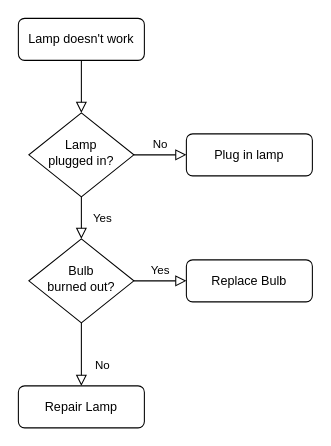
Before: Untitled Diagram.drawio in Tycro-Games/BlockA-Pitfall, a draw.io diagram. Source tidied: cells renumbered, new cells numbered last; positions are measured from the earlier drawing's top-left corner, leaving out a move shared by most shapes. Both pictures are drawn from the tidied source at 105%, with x=0, y=0 at pixel (18, 18).
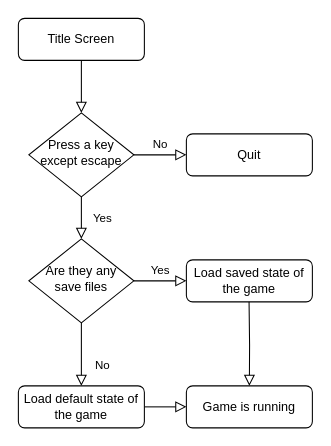
The same diagram, later.

Commit message:
flow game

The edit, as a diff of the source:
```diff
@@
 <mxGraphModel>
   <root>
     <mxCell id="0" />
     <mxCell id="1" parent="0" />
     <mxCell id="2" style="rounded=0;html=1;jettySize=auto;fontSize=11;endArrow=block;endFill=0;endSize=8;strokeWidth=1;shadow=0;labelBackgroundColor=none;edgeStyle=orthogonalEdgeStyle;" parent="1" edge="1" source="3" target="6">
       <mxGeometry relative="1" as="geometry" />
     </mxCell>
-    <mxCell id="3" value="Lamp doesn't work" style="rounded=1;whiteSpace=wrap;html=1;fontSize=12;glass=0;strokeWidth=1;shadow=0;" parent="1" vertex="1">
+    <mxCell id="3" value="Title Screen" style="rounded=1;whiteSpace=wrap;html=1;fontSize=12;glass=0;strokeWidth=1;shadow=0;" parent="1" vertex="1">
       <mxGeometry width="120" height="40" as="geometry" />
     </mxCell>
     <mxCell id="4" value="Yes" style="rounded=0;html=1;jettySize=auto;fontSize=11;endArrow=block;endFill=0;endSize=8;strokeWidth=1;shadow=0;labelBackgroundColor=none;edgeStyle=orthogonalEdgeStyle;" parent="1" edge="1" source="6" target="10">
       <mxGeometry y="20" relative="1" as="geometry" />
     </mxCell>
     <mxCell id="5" value="No" style="edgeStyle=orthogonalEdgeStyle;rounded=0;html=1;jettySize=auto;fontSize=11;endArrow=block;endFill=0;endSize=8;strokeWidth=1;shadow=0;labelBackgroundColor=none;" parent="1" edge="1" source="6" target="7">
       <mxGeometry y="10" relative="1" as="geometry" />
     </mxCell>
-    <mxCell id="6" value="Lamp&lt;br&gt;plugged in?" style="rhombus;whiteSpace=wrap;html=1;shadow=0;fontFamily=Helvetica;fontSize=12;align=center;strokeWidth=1;spacing=6;spacingTop=-4;" parent="1" vertex="1">
+    <mxCell id="6" value="Press a key except escape" style="rhombus;whiteSpace=wrap;html=1;shadow=0;fontFamily=Helvetica;fontSize=12;align=center;strokeWidth=1;spacing=6;spacingTop=-4;" parent="1" vertex="1">
       <mxGeometry x="10" y="90" width="100" height="80" as="geometry" />
     </mxCell>
-    <mxCell id="7" value="Plug in lamp" style="rounded=1;whiteSpace=wrap;html=1;fontSize=12;glass=0;strokeWidth=1;shadow=0;" parent="1" vertex="1">
+    <mxCell id="7" value="Quit" style="rounded=1;whiteSpace=wrap;html=1;fontSize=12;glass=0;strokeWidth=1;shadow=0;" parent="1" vertex="1">
       <mxGeometry x="160" y="110" width="120" height="40" as="geometry" />
     </mxCell>
-    <mxCell id="8" value="No" style="rounded=0;html=1;jettySize=auto;fontSize=11;endArrow=block;endFill=0;endSize=8;strokeWidth=1;shadow=0;labelBackgroundColor=none;edgeStyle=orthogonalEdgeStyle;" parent="1" edge="1" source="10" target="11">
-      <mxGeometry x="0.33" y="20" relative="1" as="geometry" />
+    <mxCell id="8" value="No" style="rounded=0;html=1;jettySize=auto;fontSize=11;endArrow=block;endFill=0;endSize=8;strokeWidth=1;shadow=0;labelBackgroundColor=none;edgeStyle=orthogonalEdgeStyle;" parent="1" edge="1" source="10">
+      <mxGeometry x="0.33" y="20" relative="1" as="geometry">
+        <mxPoint x="60" y="350" as="targetPoint" />
+      </mxGeometry>
     </mxCell>
     <mxCell id="9" value="Yes" style="edgeStyle=orthogonalEdgeStyle;rounded=0;html=1;jettySize=auto;fontSize=11;endArrow=block;endFill=0;endSize=8;strokeWidth=1;shadow=0;labelBackgroundColor=none;" parent="1" edge="1" source="10" target="12">
       <mxGeometry y="10" relative="1" as="geometry" />
     </mxCell>
-    <mxCell id="10" value="Bulb&lt;br&gt;burned out?" style="rhombus;whiteSpace=wrap;html=1;shadow=0;fontFamily=Helvetica;fontSize=12;align=center;strokeWidth=1;spacing=6;spacingTop=-4;" parent="1" vertex="1">
+    <mxCell id="10" value="Are they any save files" style="rhombus;whiteSpace=wrap;html=1;shadow=0;fontFamily=Helvetica;fontSize=12;align=center;strokeWidth=1;spacing=6;spacingTop=-4;" parent="1" vertex="1">
       <mxGeometry x="10" y="210" width="100" height="80" as="geometry" />
     </mxCell>
-    <mxCell id="11" value="Repair Lamp" style="rounded=1;whiteSpace=wrap;html=1;fontSize=12;glass=0;strokeWidth=1;shadow=0;" parent="1" vertex="1">
-      <mxGeometry y="350" width="120" height="40" as="geometry" />
-    </mxCell>
-    <mxCell id="12" value="Replace Bulb" style="rounded=1;whiteSpace=wrap;html=1;fontSize=12;glass=0;strokeWidth=1;shadow=0;" parent="1" vertex="1">
+    <mxCell id="12" value="Load saved state of the game" style="rounded=1;whiteSpace=wrap;html=1;fontSize=12;glass=0;strokeWidth=1;shadow=0;" parent="1" vertex="1">
       <mxGeometry x="160" y="230" width="120" height="40" as="geometry" />
     </mxCell>
+    <mxCell id="13" value="Game is running" style="rounded=1;whiteSpace=wrap;html=1;fontSize=12;glass=0;strokeWidth=1;shadow=0;" parent="1" vertex="1">
+      <mxGeometry x="160" y="350" width="120" height="40" as="geometry" />
+    </mxCell>
+    <mxCell id="14" style="rounded=0;html=1;jettySize=auto;fontSize=11;endArrow=block;endFill=0;endSize=8;strokeWidth=1;shadow=0;labelBackgroundColor=none;edgeStyle=orthogonalEdgeStyle;strokeColor=default;entryX=0.5;entryY=0;entryDx=0;entryDy=0;" parent="1" edge="1" target="13">
+      <mxGeometry x="-0.33" y="80" relative="1" as="geometry">
+        <mxPoint x="219.7" y="270" as="sourcePoint" />
+      </mxGeometry>
+    </mxCell>
+    <mxCell id="15" style="edgeStyle=orthogonalEdgeStyle;shape=connector;rounded=0;jettySize=auto;html=1;shadow=0;labelBackgroundColor=none;strokeColor=default;strokeWidth=1;align=center;verticalAlign=middle;fontFamily=Helvetica;fontSize=11;fontColor=default;endArrow=block;endFill=0;endSize=8;" parent="1" edge="1" source="16" target="13">
+      <mxGeometry relative="1" as="geometry" />
+    </mxCell>
+    <mxCell id="16" value="Load default state of the game" style="rounded=1;whiteSpace=wrap;html=1;fontSize=12;glass=0;strokeWidth=1;shadow=0;" parent="1" vertex="1">
+      <mxGeometry y="350" width="120" height="40" as="geometry" />
+    </mxCell>
   </root>
 </mxGraphModel>
```
